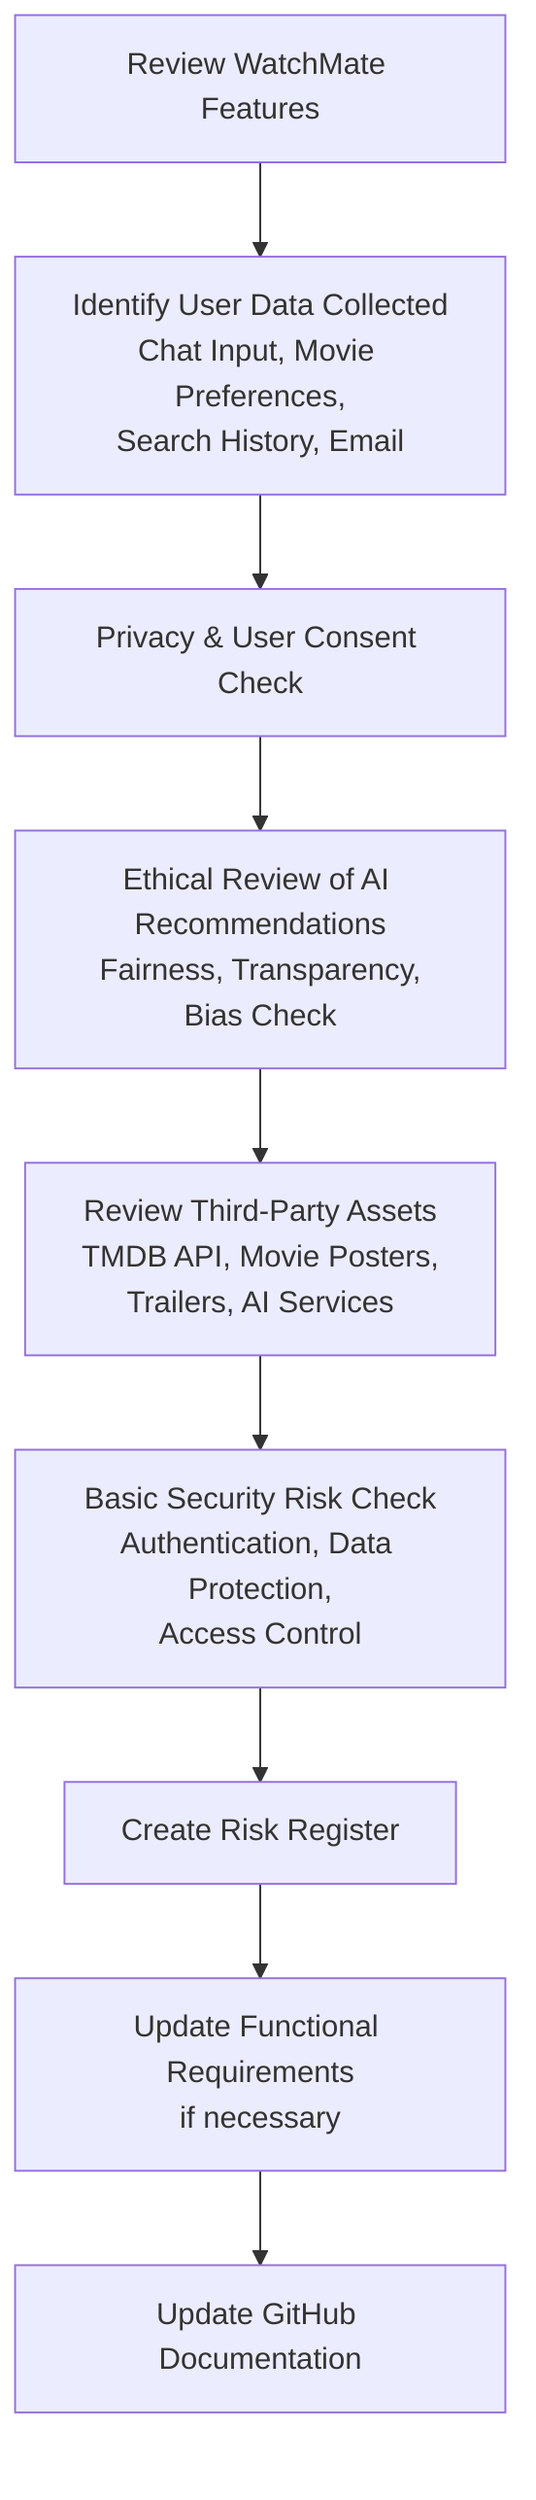
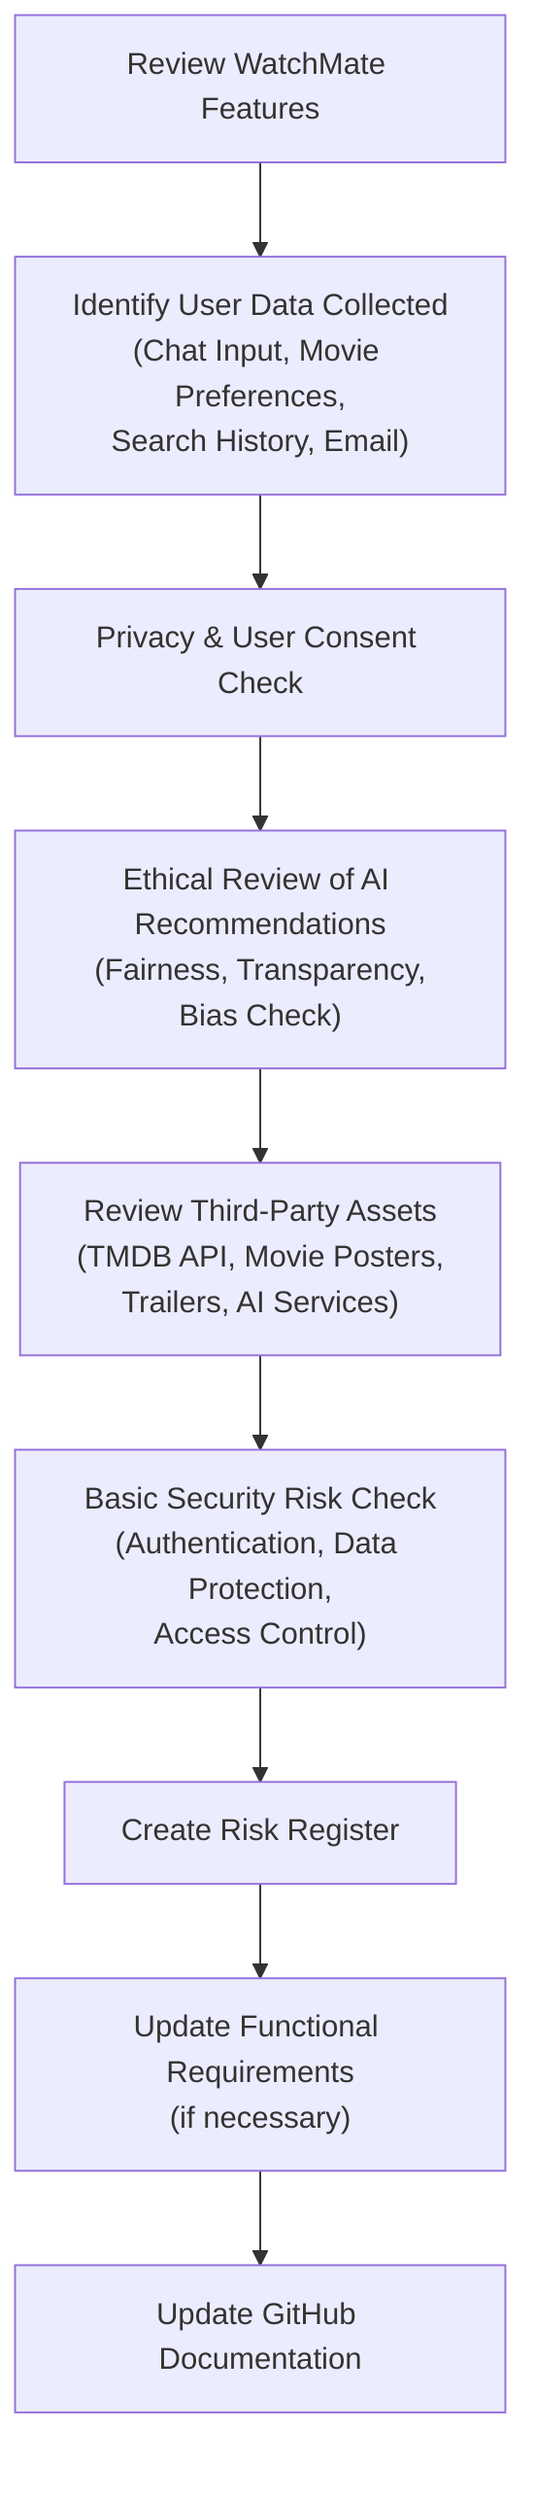
flowchart TD

- A[Review WatchMate Features]
- --> B[Identify User Data Collected<br/>Chat Input, Movie Preferences,<br/>Search History, Email]
+ A["Review WatchMate Features"]

- B --> C[Privacy & User Consent Check]
+ B["Identify User Data Collected
+ (Chat Input, Movie Preferences,
+ Search History, Email)"]

- C --> D[Ethical Review of AI Recommendations<br/>Fairness, Transparency,<br/>Bias Check]
+ C["Privacy & User Consent Check"]

- D --> E[Review Third-Party Assets<br/>TMDB API, Movie Posters,<br/>Trailers, AI Services]
+ D["Ethical Review of AI Recommendations
+ (Fairness, Transparency,
+ Bias Check)"]

- E --> F[Basic Security Risk Check<br/>Authentication, Data Protection,<br/>Access Control]
+ E["Review Third-Party Assets
+ (TMDB API, Movie Posters,
+ Trailers, AI Services)"]

- F --> G[Create Risk Register]
+ F["Basic Security Risk Check
+ (Authentication, Data Protection,
+ Access Control)"]

- G --> H[Update Functional Requirements<br/>if necessary]
+ G["Create Risk Register"]

- H --> I[Update GitHub Documentation]
+ H["Update Functional Requirements
+ (if necessary)"]
+ 
+ I["Update GitHub Documentation"]
+ 
+ A --> B
+ B --> C
+ C --> D
+ D --> E
+ E --> F
+ F --> G
+ G --> H
+ H --> I
